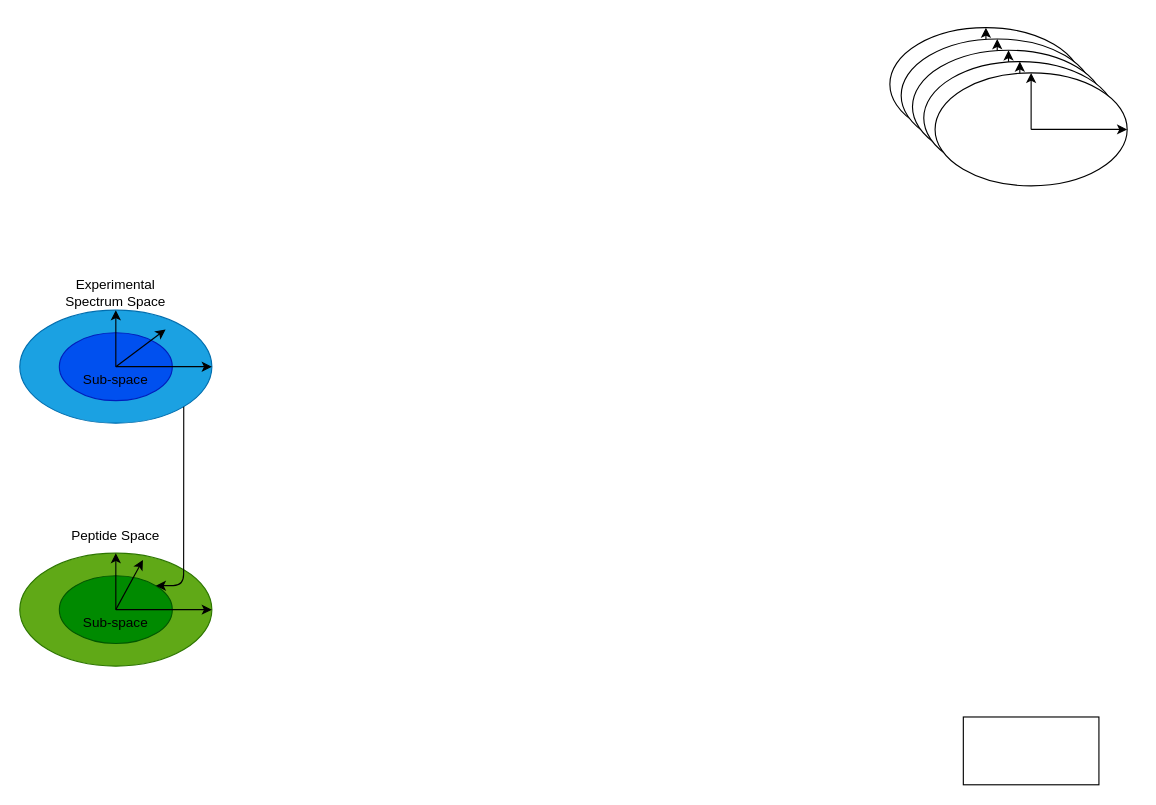
pcdslab/SpeCollate keeps this draw.io diagram as page "Page-1" (1 of 2) of DeepSNAP.drawio. Above is the earlier version. Source tidied: cells renumbered, new cells numbered last; positions are measured from the earlier drawing's top-left corner, leaving out a move shared by most shapes. Both pictures are drawn from the tidied source at 113%, with x=0, y=0 at pixel (19, 27).
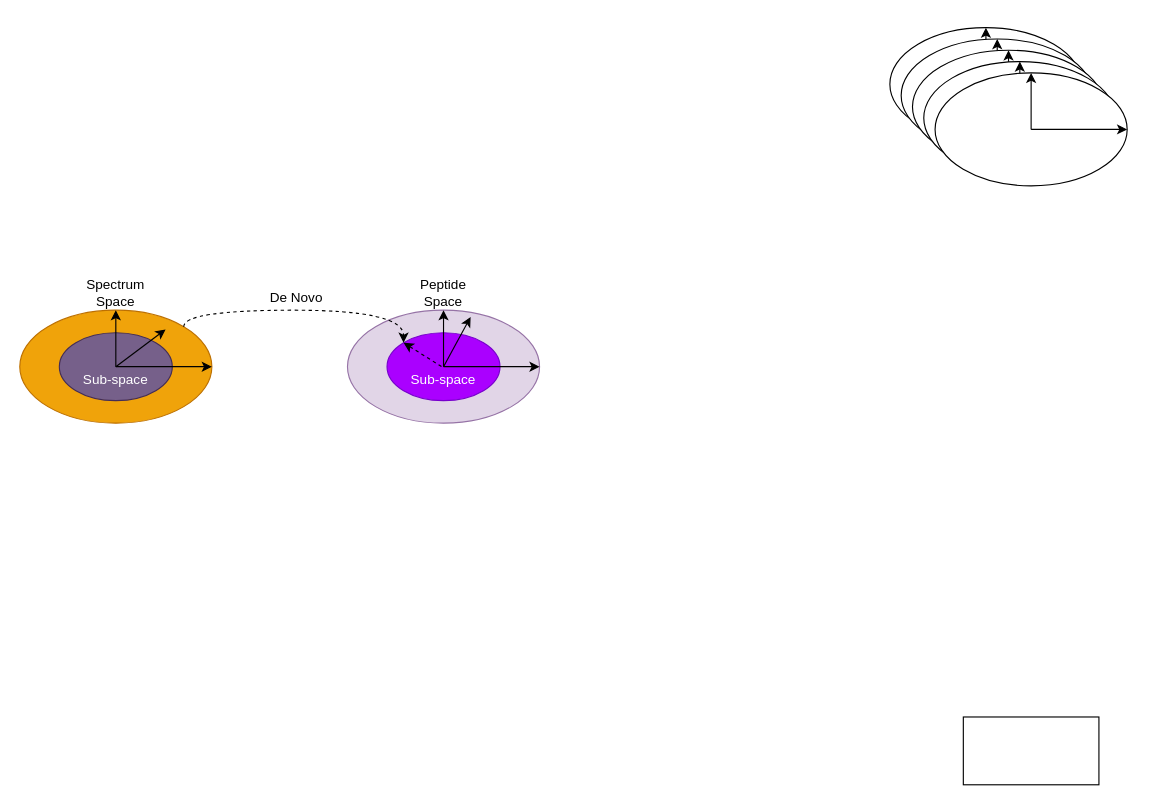
After the change.

Unchanged cells that the change refers to:
```xml
<mxCell id="23" style="group;fillColor=none;" parent="1" vertex="1">
  <mxGeometry y="250" width="170" height="100" as="geometry" />
</mxCell>
```

The edit, as a diff of the source:
```diff
@@
-    <mxCell id="24" style="ellipse;whiteSpace=wrap;html=1;fillColor=#1ba1e2;strokeColor=#006EAF;fontColor=#ffffff;" parent="23" vertex="1">
+    <mxCell id="24" style="ellipse;whiteSpace=wrap;html=1;fillColor=#f0a30a;strokeColor=#BD7000;fontColor=#ffffff;" parent="23" vertex="1">
       <mxGeometry width="170" height="100" as="geometry" />
     </mxCell>
-    <mxCell id="25" style="ellipse;whiteSpace=wrap;html=1;fillColor=#0050ef;strokeColor=#001DBC;fontColor=#ffffff;" parent="23" vertex="1">
+    <mxCell id="25" style="ellipse;whiteSpace=wrap;html=1;fillColor=#76608a;strokeColor=#432D57;fontColor=#ffffff;" parent="23" vertex="1">
       <mxGeometry x="35" y="20" width="100" height="60" as="geometry" />
     </mxCell>
@@
-    <mxCell id="29" value="Experimental Spectrum Space" style="text;html=1;strokeColor=none;fillColor=none;align=center;verticalAlign=middle;whiteSpace=wrap;rounded=0;" parent="1" vertex="1">
+    <mxCell id="29" value="Spectrum&lt;br&gt;Space" style="text;html=1;strokeColor=none;fillColor=none;align=center;verticalAlign=middle;whiteSpace=wrap;rounded=0;" parent="1" vertex="1">
       <mxGeometry x="30" y="220" width="110" height="30" as="geometry" />
     </mxCell>
-    <mxCell id="30" value="Sub-space" style="text;html=1;strokeColor=none;fillColor=none;align=center;verticalAlign=middle;whiteSpace=wrap;rounded=0;" parent="1" vertex="1">
+    <mxCell id="30" value="Sub-space" style="text;html=1;strokeColor=none;fillColor=none;align=center;verticalAlign=middle;whiteSpace=wrap;rounded=0;fontColor=#FFFFFF;" parent="1" vertex="1">
       <mxGeometry x="50" y="302" width="70" height="20" as="geometry" />
     </mxCell>
     <mxCell id="31" style="group;fillColor=none;" parent="1" vertex="1">
-      <mxGeometry y="465" width="170" height="100" as="geometry" />
+      <mxGeometry x="290" y="250" width="170" height="100" as="geometry" />
     </mxCell>
-    <mxCell id="32" style="ellipse;whiteSpace=wrap;html=1;fillColor=#60a917;strokeColor=#2D7600;fontColor=#ffffff;" parent="31" vertex="1">
+    <mxCell id="32" style="ellipse;whiteSpace=wrap;html=1;fillColor=#e1d5e7;strokeColor=#9673a6;" parent="31" vertex="1">
       <mxGeometry width="170" height="100" as="geometry" />
     </mxCell>
-    <mxCell id="33" style="ellipse;whiteSpace=wrap;html=1;fillColor=#008a00;strokeColor=#005700;fontColor=#ffffff;" parent="31" vertex="1">
+    <mxCell id="33" style="ellipse;whiteSpace=wrap;html=1;fillColor=#aa00ff;strokeColor=#7700CC;fontColor=#ffffff;" parent="31" vertex="1">
       <mxGeometry x="35" y="20" width="100" height="60" as="geometry" />
     </mxCell>
@@
-    <mxCell id="37" value="Peptide Space" style="text;html=1;strokeColor=none;fillColor=none;align=center;verticalAlign=middle;whiteSpace=wrap;rounded=0;" parent="1" vertex="1">
-      <mxGeometry x="30" y="435" width="110" height="30" as="geometry" />
+    <mxCell id="37" value="Peptide&lt;br&gt;Space" style="text;html=1;strokeColor=none;fillColor=none;align=center;verticalAlign=middle;whiteSpace=wrap;rounded=0;" parent="1" vertex="1">
+      <mxGeometry x="320" y="220" width="110" height="30" as="geometry" />
     </mxCell>
-    <mxCell id="38" value="Sub-space" style="text;html=1;strokeColor=none;fillColor=none;align=center;verticalAlign=middle;whiteSpace=wrap;rounded=0;" parent="1" vertex="1">
-      <mxGeometry x="50" y="517" width="70" height="20" as="geometry" />
+    <mxCell id="38" value="&lt;font color=&quot;#ffffff&quot;&gt;Sub-space&lt;/font&gt;" style="text;html=1;strokeColor=none;fillColor=none;align=center;verticalAlign=middle;whiteSpace=wrap;rounded=0;" parent="1" vertex="1">
+      <mxGeometry x="340" y="302" width="70" height="20" as="geometry" />
     </mxCell>
-    <mxCell id="39" style="endArrow=classic;html=1;exitX=1;exitY=1;exitDx=0;exitDy=0;entryX=1;entryY=0;entryDx=0;entryDy=0;edgeStyle=elbowEdgeStyle;" parent="1" edge="1" source="24" target="33">
+    <mxCell id="39" style="endArrow=classic;html=1;exitX=1;exitY=0;exitDx=0;exitDy=0;entryX=0;entryY=0;entryDx=0;entryDy=0;edgeStyle=orthogonalEdgeStyle;curved=1;dashed=1;" parent="1" edge="1" source="24" target="33">
       <mxGeometry relative="1" as="geometry">
         <Array as="points">
-          <mxPoint x="145" y="410" />
+          <mxPoint x="145" y="250" />
+          <mxPoint x="340" y="250" />
         </Array>
       </mxGeometry>
     </mxCell>
+    <mxCell id="40" value="&lt;font color=&quot;#000000&quot;&gt;De Novo&lt;/font&gt;" style="text;html=1;strokeColor=none;fillColor=none;align=center;verticalAlign=middle;whiteSpace=wrap;rounded=0;fontColor=#FFFFFF;" parent="1" vertex="1">
+      <mxGeometry x="220" y="229" width="50" height="20" as="geometry" />
+    </mxCell>
+    <mxCell id="41" style="endArrow=classic;html=1;dashed=1;fontColor=#FFFFFF;entryX=0;entryY=0;entryDx=0;entryDy=0;exitX=0.474;exitY=-0.107;exitDx=0;exitDy=0;exitPerimeter=0;" parent="1" edge="1" source="38" target="33">
+      <mxGeometry relative="1" as="geometry" />
+    </mxCell>
```
